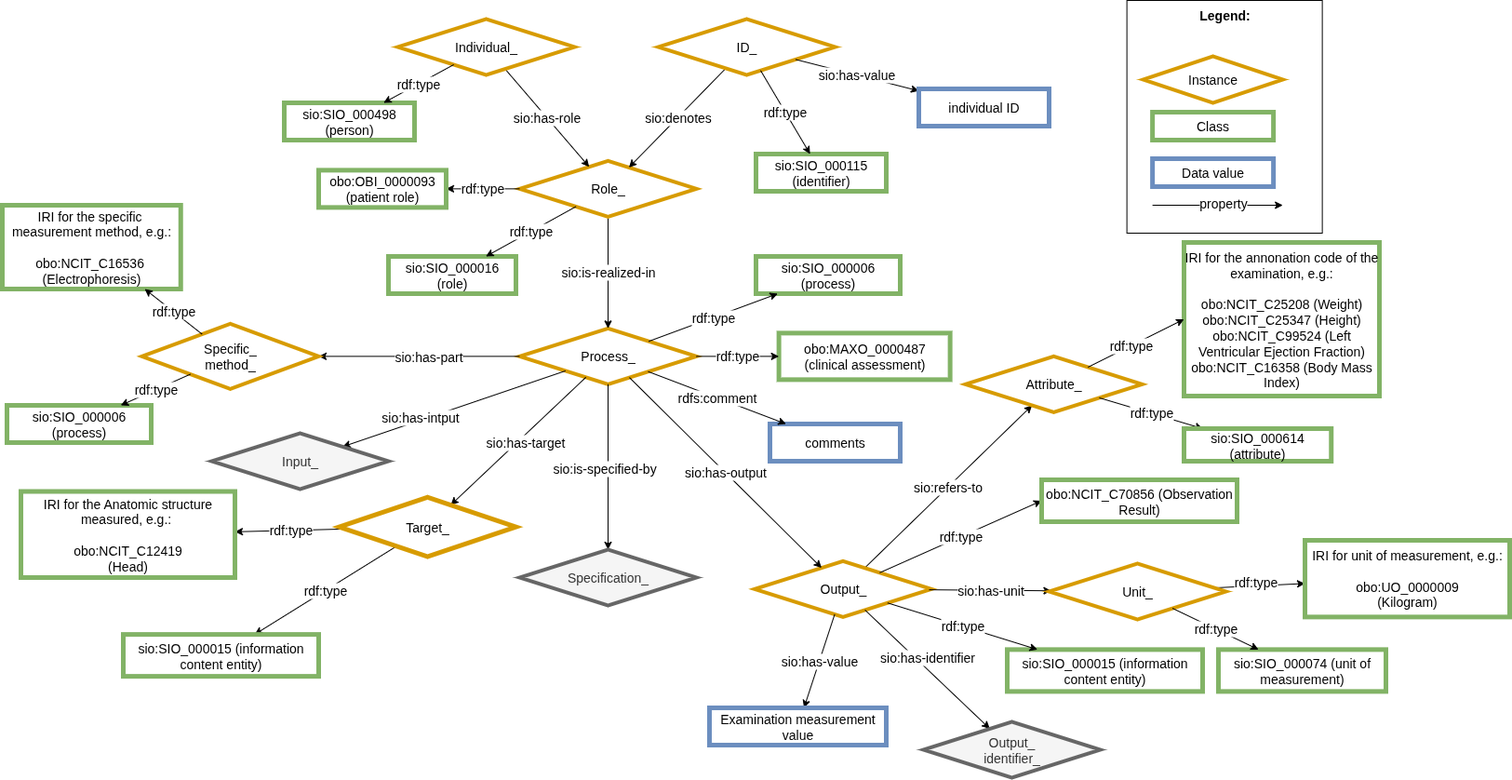
This is images/CARE-SM-Examination.drawio.png from CARE-SM/CARE-Semantic-Model, a draw.io export, as it was before one commit. Source tidied: cells renumbered, new cells last; positions are measured from the earlier drawing's top-left corner, leaving out a move shared by most shapes.
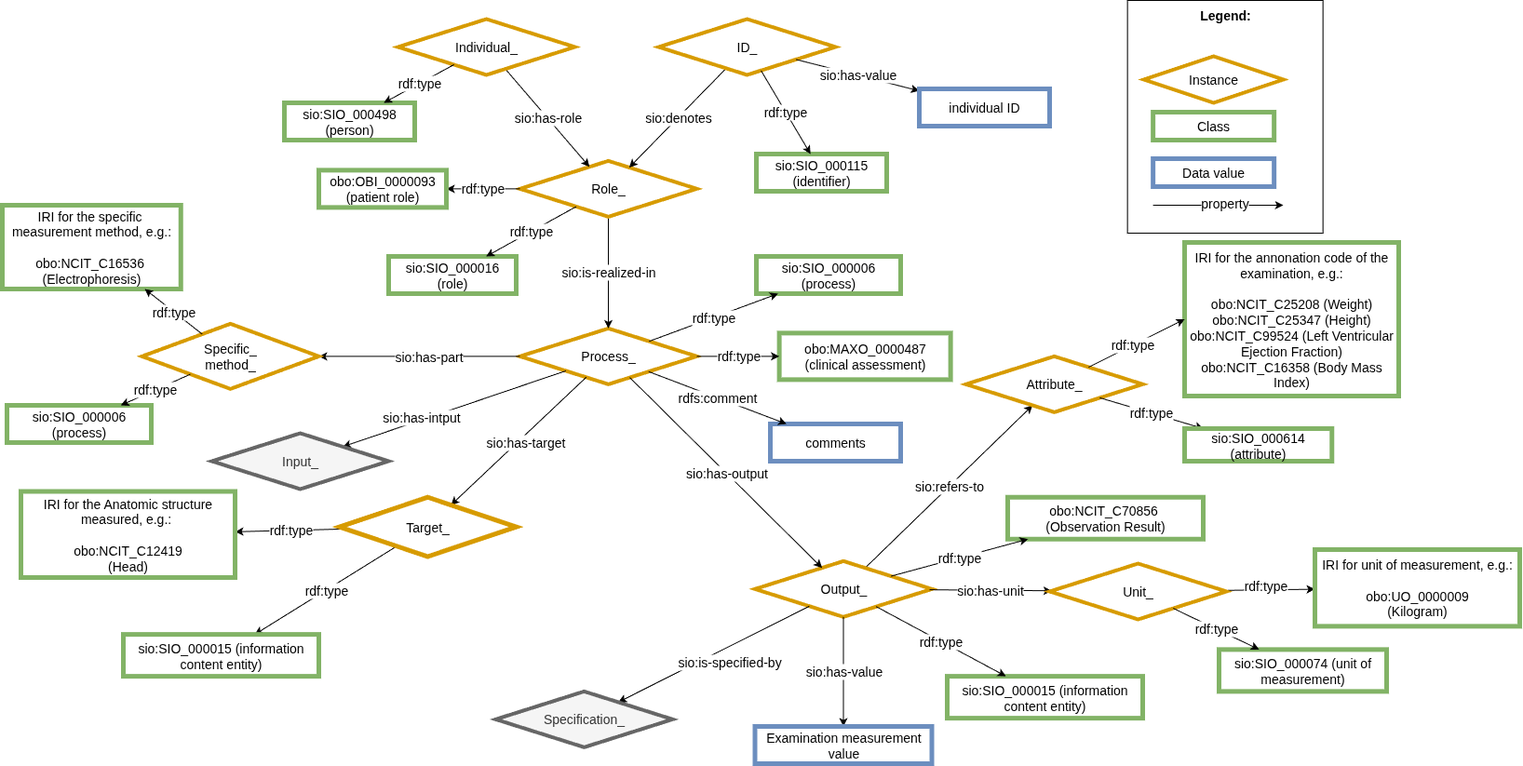
After the commit.

Diff of the diagram source:
```diff
@@ -18,7 +18,7 @@
       <mxGeometry x="810" y="275" width="155" height="40" as="geometry" />
     </mxCell>
     <mxCell id="7" value="&lt;font style=&quot;font-size: 14px;&quot;&gt;sio:SIO_000015 (information content entity)&lt;/font&gt;" style="whiteSpace=wrap;html=1;fillColor=#FFFFFF;strokeColor=#82b366;strokeWidth=5;fontSize=14;" parent="1" vertex="1">
-      <mxGeometry x="1080" y="697.4" width="210" height="45" as="geometry" />
+      <mxGeometry x="1015" y="726.1" width="210" height="45" as="geometry" />
     </mxCell>
     <mxCell id="8" value="Role_" style="rhombus;whiteSpace=wrap;html=1;fillColor=#FFFFFF;strokeColor=#D79B00;perimeter=rhombusPerimeter;arcSize=20;comic=0;enumerate=0;strokeWidth=4;rounded=0;fontSize=14;" parent="1" vertex="1">
       <mxGeometry x="556" y="172.4" width="190" height="60" as="geometry" />
@@ -61,7 +61,7 @@
         <mxPoint x="-61" y="18" as="offset" />
       </mxGeometry>
     </mxCell>
-    <mxCell id="21" style="edgeStyle=none;rounded=0;jettySize=auto;html=1;strokeWidth=1;fontSize=14;" parent="1" edge="1" source="4" target="73">
+    <mxCell id="21" style="edgeStyle=none;rounded=0;jettySize=auto;html=1;strokeWidth=1;fontSize=14;" parent="1" edge="1" source="3" target="73">
       <mxGeometry relative="1" as="geometry" />
     </mxCell>
     <mxCell id="22" value="sio:is-specified-by" style="edgeLabel;html=1;align=center;verticalAlign=middle;fontSize=14;" parent="21" vertex="1">
@@ -120,31 +120,17 @@
         <mxPoint x="-13" y="1" as="offset" />
       </mxGeometry>
     </mxCell>
-    <mxCell id="37" style="edgeStyle=none;rounded=0;jettySize=auto;html=1;fontSize=14;" parent="1" edge="1" source="3" target="39">
-      <mxGeometry relative="1" as="geometry" />
-    </mxCell>
-    <mxCell id="38" value="sio:has-identifier" style="edgeLabel;html=1;align=center;verticalAlign=middle;fontSize=14;" parent="37" vertex="1">
-      <mxGeometry x="-0.21" y="-1" relative="1" as="geometry">
-        <mxPoint x="13" y="-1" as="offset" />
-      </mxGeometry>
-    </mxCell>
-    <mxCell id="39" value="Output_&lt;div style=&quot;font-size: 14px;&quot;&gt;identifier_&lt;/div&gt;" style="rhombus;whiteSpace=wrap;html=1;fillColor=#f5f5f5;strokeColor=#666666;perimeter=rhombusPerimeter;arcSize=20;comic=0;enumerate=0;strokeWidth=4;rounded=0;fontSize=14;fontColor=#333333;" parent="1" vertex="1">
-      <mxGeometry x="990" y="775" width="190" height="60" as="geometry" />
-    </mxCell>
     <mxCell id="40" value="rdf:type" style="edgeStyle=none;rounded=0;jettySize=auto;html=1;fontSize=14;" parent="1" edge="1" source="8" target="16">
       <mxGeometry relative="1" as="geometry" />
     </mxCell>
     <mxCell id="41" value="rdf:type" style="edgeStyle=none;rounded=0;jettySize=auto;html=1;fontSize=14;" parent="1" edge="1" source="10" target="17">
       <mxGeometry relative="1" as="geometry" />
     </mxCell>
-    <mxCell id="42" value="rdf:type" style="edgeStyle=none;rounded=0;jettySize=auto;html=1;entryX=0;entryY=0.5;entryDx=0;entryDy=0;fontSize=14;" parent="1" edge="1" source="3" target="43">
-      <mxGeometry relative="1" as="geometry" />
-    </mxCell>
-    <mxCell id="43" value="obo:NCIT_C70856 (Observation Result)" style="whiteSpace=wrap;html=1;fillColor=#FFFFFF;strokeColor=#82b366;strokeWidth=5;fontSize=14;" parent="1" vertex="1">
-      <mxGeometry x="1117" y="515" width="210" height="45" as="geometry" />
+    <mxCell id="43" value="obo:NCIT_C70856&amp;nbsp;&lt;div&gt;(Observation Result)&lt;/div&gt;" style="whiteSpace=wrap;html=1;fillColor=#FFFFFF;strokeColor=#82b366;strokeWidth=5;fontSize=14;" parent="1" vertex="1">
+      <mxGeometry x="1080" y="533.8" width="210" height="45" as="geometry" />
     </mxCell>
     <mxCell id="44" value="&lt;span style=&quot;background-color: initial;&quot;&gt;&lt;div style=&quot;&quot;&gt;&lt;div style=&quot;font-size: 14px;&quot;&gt;IRI for the annonation code of the examination,&amp;nbsp;&lt;span style=&quot;background-color: initial; color: light-dark(rgb(0, 0, 0), rgb(255, 255, 255));&quot;&gt;e.g.:&lt;/span&gt;&lt;/div&gt;&lt;div style=&quot;font-size: 14px;&quot;&gt;&lt;br style=&quot;font-size: 14px;&quot;&gt;&lt;/div&gt;&lt;div style=&quot;font-size: 14px;&quot;&gt;obo:NCIT_C25208 (Weight)&lt;/div&gt;&lt;div style=&quot;&quot;&gt;&lt;span style=&quot;font-size: 14px; background-color: initial; color: light-dark(rgb(0, 0, 0), rgb(255, 255, 255));&quot;&gt;obo:&lt;/span&gt;&lt;span style=&quot;background-color: initial;&quot;&gt;NCIT_C25347 (&lt;/span&gt;&lt;span style=&quot;font-size: 14px; background-color: initial; color: light-dark(rgb(0, 0, 0), rgb(255, 255, 255));&quot;&gt;Height)&lt;/span&gt;&lt;/div&gt;&lt;div style=&quot;&quot;&gt;&lt;span style=&quot;font-size: 14px; background-color: initial; color: light-dark(rgb(0, 0, 0), rgb(255, 255, 255));&quot;&gt;obo:&lt;/span&gt;&lt;span style=&quot;background-color: initial;&quot;&gt;NCIT_C99524 (&lt;/span&gt;&lt;span style=&quot;font-size: 14px; background-color: initial; color: light-dark(rgb(0, 0, 0), rgb(255, 255, 255));&quot;&gt;Left Ventricular Ejection Fraction)&lt;/span&gt;&lt;/div&gt;&lt;div style=&quot;font-size: 14px;&quot;&gt;&lt;div&gt;obo:NCIT_C16358 (Body Mass Index)&lt;/div&gt;&lt;/div&gt;&lt;/div&gt;&lt;/span&gt;" style="whiteSpace=wrap;html=1;fillColor=#FFFFFF;strokeColor=#82b366;strokeWidth=5;fontSize=14;" parent="1" vertex="1">
-      <mxGeometry x="1270" y="260" width="210" height="165" as="geometry" />
+      <mxGeometry x="1270" y="260" width="230" height="165" as="geometry" />
     </mxCell>
     <mxCell id="45" value="rdf:type" style="edgeStyle=none;rounded=0;jettySize=auto;html=1;entryX=0;entryY=0.5;entryDx=0;entryDy=0;fontSize=14;" parent="1" edge="1" source="13" target="44">
       <mxGeometry x="-0.09" relative="1" as="geometry" />
@@ -153,7 +139,7 @@
       <mxGeometry relative="1" as="geometry" />
     </mxCell>
     <mxCell id="47" value="Examination measurement value" style="whiteSpace=wrap;html=1;fillColor=#FFFFFF;strokeColor=#6c8ebf;strokeWidth=5;fontSize=14;" parent="1" vertex="1">
-      <mxGeometry x="760" y="760" width="190" height="40" as="geometry" />
+      <mxGeometry x="808.5" y="780" width="190" height="40" as="geometry" />
     </mxCell>
     <mxCell id="48" value="rdf:type" style="edgeStyle=none;rounded=0;jettySize=auto;html=1;entryX=1;entryY=0.5;entryDx=0;entryDy=0;fontSize=14;" parent="1" edge="1" source="8" target="49">
       <mxGeometry relative="1" as="geometry" />
@@ -191,7 +177,7 @@
       </mxGeometry>
     </mxCell>
     <mxCell id="59" value="IRI for unit of measurement, e.g.:&lt;div&gt;&lt;br&gt;&lt;div&gt;obo:UO_0000009&lt;/div&gt;&lt;div&gt;(Kilogram)&lt;/div&gt;&lt;/div&gt;" style="whiteSpace=wrap;html=1;fillColor=#FFFFFF;strokeColor=#82b366;strokeWidth=5;fontSize=14;" parent="1" vertex="1">
-      <mxGeometry x="1400" y="580" width="220" height="82.4" as="geometry" />
+      <mxGeometry x="1410" y="590" width="220" height="82.4" as="geometry" />
     </mxCell>
     <mxCell id="60" value="Unit_" style="rhombus;whiteSpace=wrap;html=1;fillColor=#FFFFFF;strokeColor=#D79B00;perimeter=rhombusPerimeter;arcSize=20;comic=0;enumerate=0;strokeWidth=4;rounded=0;fontSize=14;" parent="1" vertex="1">
       <mxGeometry x="1125" y="605" width="190" height="60" as="geometry" />
@@ -233,7 +219,10 @@
       <mxGeometry relative="1" as="geometry" />
     </mxCell>
     <mxCell id="73" value="Specification_" style="rhombus;whiteSpace=wrap;html=1;fillColor=#f5f5f5;strokeColor=#666666;perimeter=rhombusPerimeter;arcSize=20;comic=0;enumerate=0;strokeWidth=4;rounded=0;fontSize=14;fontColor=#333333;" parent="1" vertex="1">
-      <mxGeometry x="556" y="590" width="190" height="60" as="geometry" />
+      <mxGeometry x="530" y="742.4" width="190" height="60" as="geometry" />
     </mxCell>
+    <mxCell id="42" value="rdf:type" style="edgeStyle=none;rounded=0;jettySize=auto;html=1;fontSize=14;" parent="1" edge="1" source="3" target="43">
+      <mxGeometry relative="1" as="geometry" />
+    </mxCell>
   </root>
 </mxGraphModel>
```
